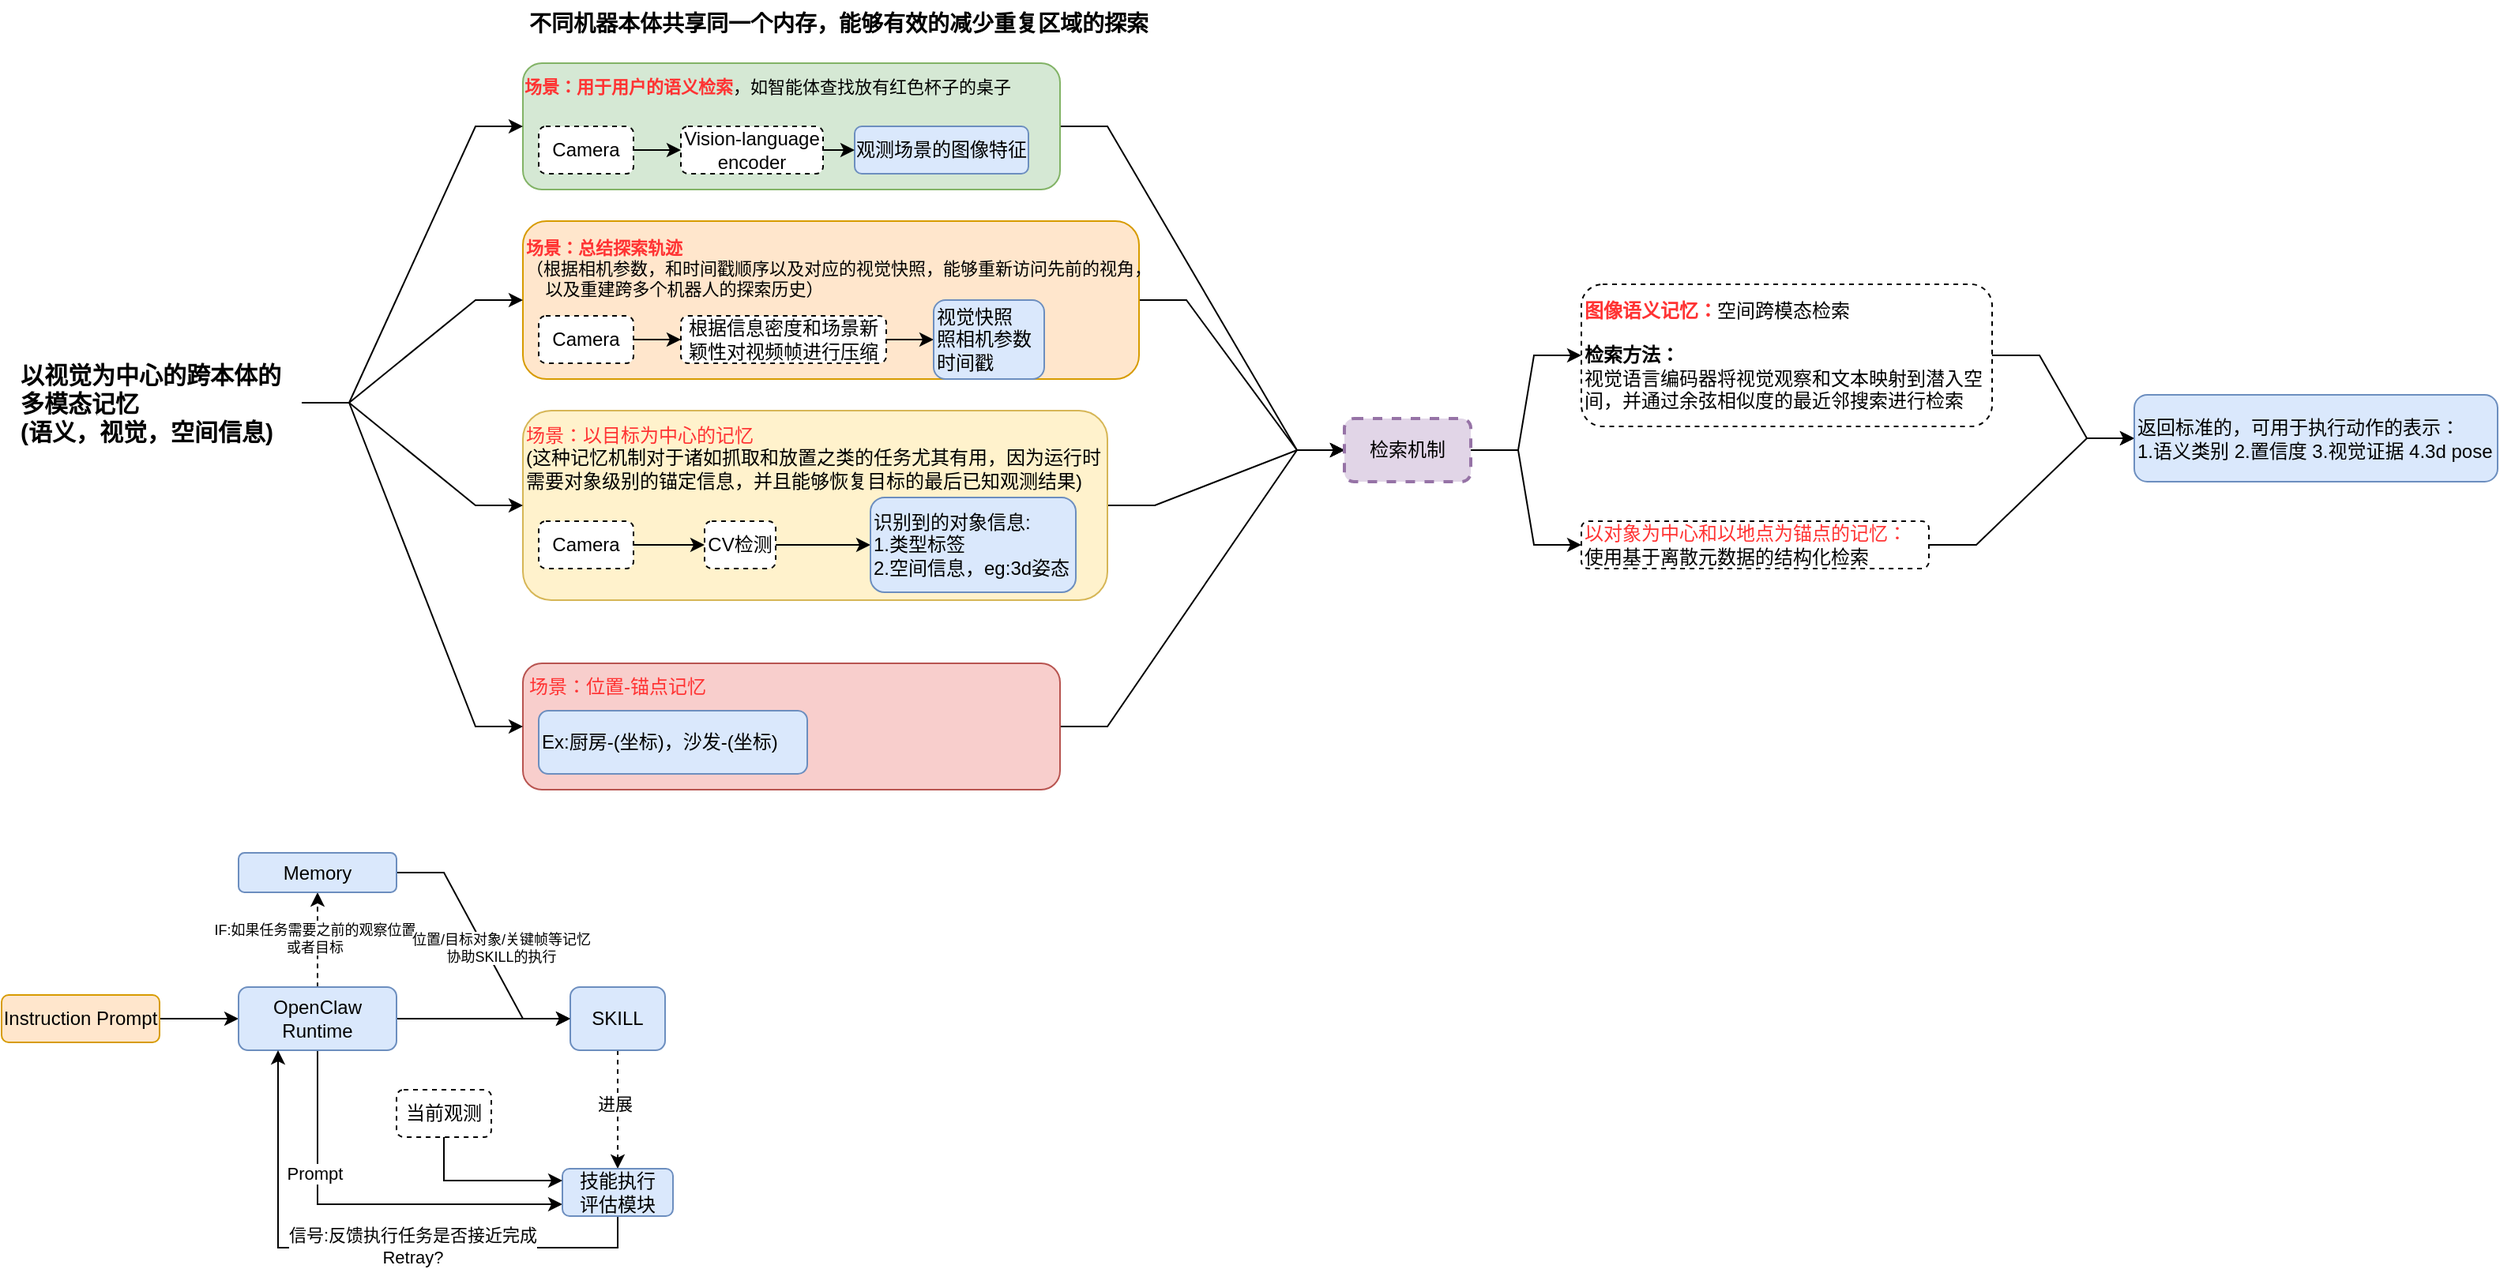
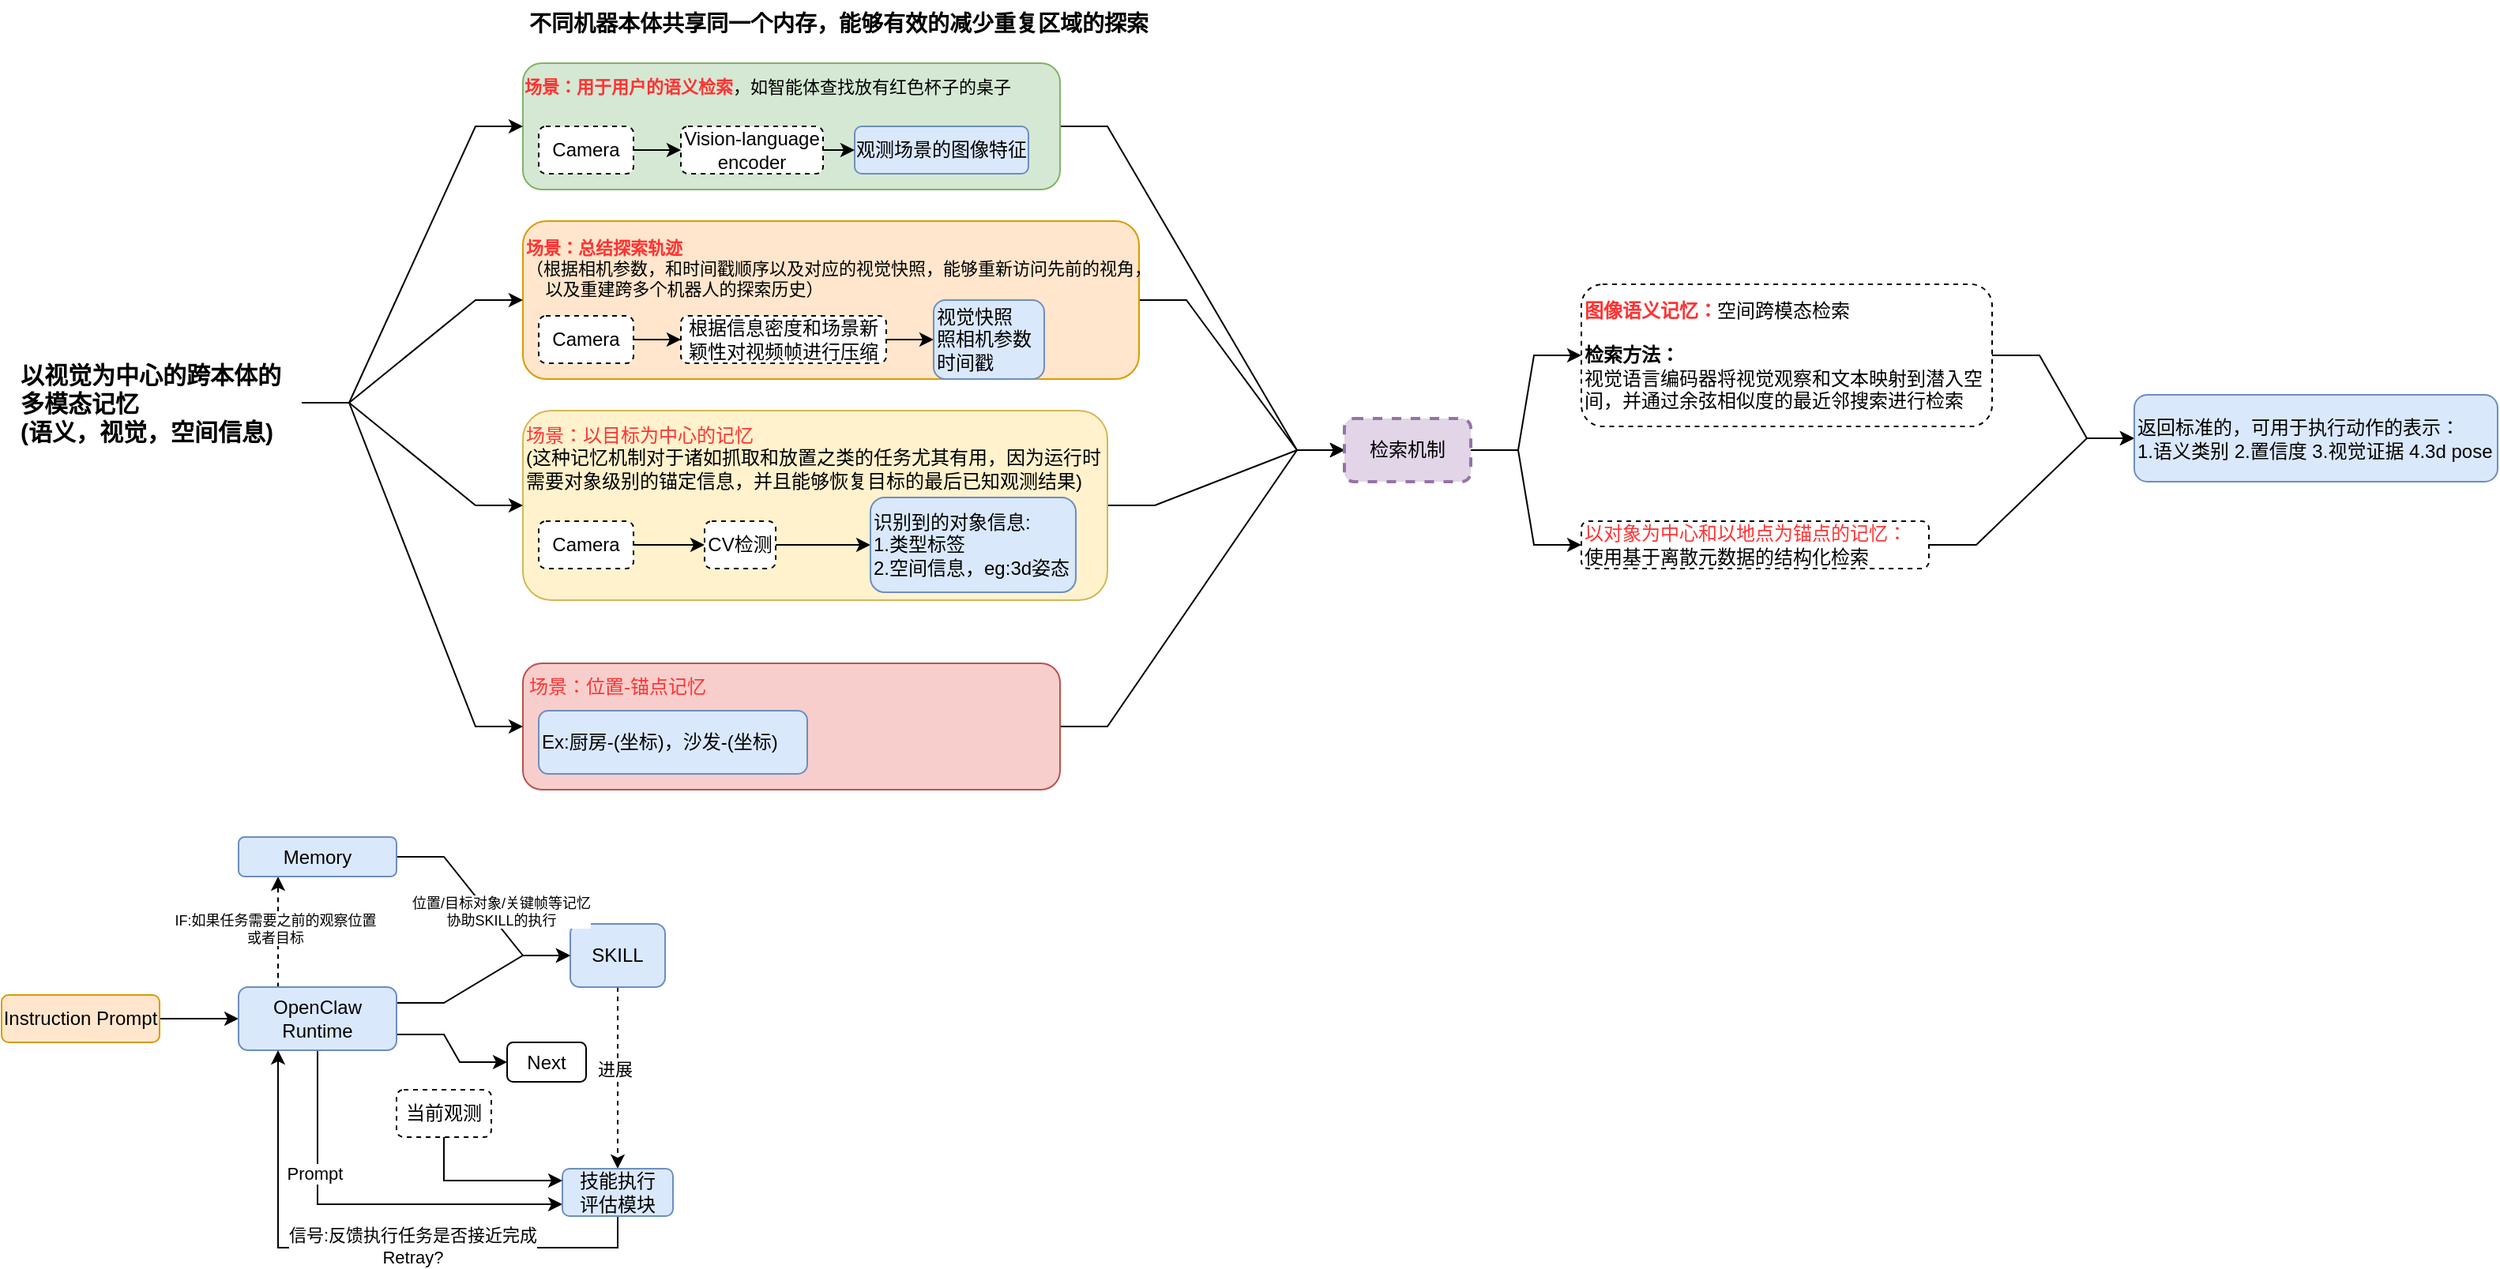
<mxfile host="app.diagrams.net">
  <diagram name="ABot-Claw" id="ri1UiOSOw__C7K71Jf-3">
    <mxGraphModel dx="566" dy="306" grid="1" gridSize="10" guides="1" tooltips="1" connect="1" arrows="1" fold="1" page="1" pageScale="1" pageWidth="3300" pageHeight="2339" math="0" shadow="0">
      <root>
        <mxCell id="0" />
        <mxCell id="1" parent="0" />
        <mxCell id="8uAygAgR7DF40HWwl34I-37" edge="1" parent="1" source="8uAygAgR7DF40HWwl34I-28" style="edgeStyle=entityRelationEdgeStyle;rounded=0;orthogonalLoop=1;jettySize=auto;html=1;exitX=1;exitY=0.5;exitDx=0;exitDy=0;" target="8uAygAgR7DF40HWwl34I-33">
          <mxGeometry relative="1" as="geometry" />
        </mxCell>
        <mxCell id="8uAygAgR7DF40HWwl34I-28" parent="1" style="rounded=1;whiteSpace=wrap;html=1;fillColor=#f8cecc;strokeColor=#b85450;" value="" vertex="1">
          <mxGeometry height="80" width="340" x="480" y="470" as="geometry" />
        </mxCell>
        <mxCell id="8uAygAgR7DF40HWwl34I-36" edge="1" parent="1" source="8uAygAgR7DF40HWwl34I-24" style="edgeStyle=entityRelationEdgeStyle;rounded=0;orthogonalLoop=1;jettySize=auto;html=1;exitX=1;exitY=0.5;exitDx=0;exitDy=0;entryX=0;entryY=0.5;entryDx=0;entryDy=0;" target="8uAygAgR7DF40HWwl34I-33">
          <mxGeometry relative="1" as="geometry">
            <mxPoint x="1020" y="320" as="targetPoint" />
          </mxGeometry>
        </mxCell>
        <mxCell id="8uAygAgR7DF40HWwl34I-24" parent="1" style="rounded=1;whiteSpace=wrap;html=1;fillColor=#fff2cc;strokeColor=#d6b656;" value="" vertex="1">
          <mxGeometry height="120" width="370" x="480" y="310" as="geometry" />
        </mxCell>
        <mxCell id="8uAygAgR7DF40HWwl34I-35" edge="1" parent="1" source="8uAygAgR7DF40HWwl34I-17" style="edgeStyle=entityRelationEdgeStyle;rounded=0;orthogonalLoop=1;jettySize=auto;html=1;exitX=1;exitY=0.5;exitDx=0;exitDy=0;entryX=0;entryY=0.5;entryDx=0;entryDy=0;" target="8uAygAgR7DF40HWwl34I-33">
          <mxGeometry relative="1" as="geometry" />
        </mxCell>
        <mxCell id="8uAygAgR7DF40HWwl34I-17" parent="1" style="rounded=1;whiteSpace=wrap;html=1;fillColor=#ffe6cc;strokeColor=#d79b00;" value="" vertex="1">
          <mxGeometry height="100" width="390" x="480" y="190" as="geometry" />
        </mxCell>
        <mxCell id="8uAygAgR7DF40HWwl34I-34" edge="1" parent="1" source="8uAygAgR7DF40HWwl34I-16" style="edgeStyle=entityRelationEdgeStyle;rounded=0;orthogonalLoop=1;jettySize=auto;html=1;exitX=1;exitY=0.5;exitDx=0;exitDy=0;entryX=0;entryY=0.5;entryDx=0;entryDy=0;" target="8uAygAgR7DF40HWwl34I-33">
          <mxGeometry relative="1" as="geometry" />
        </mxCell>
        <mxCell id="8uAygAgR7DF40HWwl34I-16" parent="1" style="rounded=1;whiteSpace=wrap;html=1;fillColor=#d5e8d4;strokeColor=#82b366;" value="" vertex="1">
          <mxGeometry height="80" width="340" x="480" y="90" as="geometry" />
        </mxCell>
        <mxCell id="8uAygAgR7DF40HWwl34I-29" edge="1" parent="1" source="8uAygAgR7DF40HWwl34I-1" style="edgeStyle=entityRelationEdgeStyle;rounded=0;orthogonalLoop=1;jettySize=auto;html=1;exitX=1;exitY=0.5;exitDx=0;exitDy=0;entryX=0;entryY=0.5;entryDx=0;entryDy=0;" target="8uAygAgR7DF40HWwl34I-16">
          <mxGeometry relative="1" as="geometry" />
        </mxCell>
        <mxCell id="8uAygAgR7DF40HWwl34I-30" edge="1" parent="1" source="8uAygAgR7DF40HWwl34I-1" style="edgeStyle=entityRelationEdgeStyle;rounded=0;orthogonalLoop=1;jettySize=auto;html=1;exitX=1;exitY=0.5;exitDx=0;exitDy=0;entryX=0;entryY=0.5;entryDx=0;entryDy=0;" target="8uAygAgR7DF40HWwl34I-28">
          <mxGeometry relative="1" as="geometry" />
        </mxCell>
        <mxCell id="8uAygAgR7DF40HWwl34I-31" edge="1" parent="1" source="8uAygAgR7DF40HWwl34I-1" style="edgeStyle=entityRelationEdgeStyle;rounded=0;orthogonalLoop=1;jettySize=auto;html=1;exitX=1;exitY=0.5;exitDx=0;exitDy=0;entryX=0;entryY=0.5;entryDx=0;entryDy=0;" target="8uAygAgR7DF40HWwl34I-17">
          <mxGeometry relative="1" as="geometry" />
        </mxCell>
        <mxCell id="8uAygAgR7DF40HWwl34I-32" edge="1" parent="1" source="8uAygAgR7DF40HWwl34I-1" style="edgeStyle=entityRelationEdgeStyle;rounded=0;orthogonalLoop=1;jettySize=auto;html=1;exitX=1;exitY=0.5;exitDx=0;exitDy=0;entryX=0;entryY=0.5;entryDx=0;entryDy=0;" target="8uAygAgR7DF40HWwl34I-24">
          <mxGeometry relative="1" as="geometry" />
        </mxCell>
        <mxCell id="8uAygAgR7DF40HWwl34I-1" parent="1" style="text;html=1;whiteSpace=wrap;strokeColor=none;fillColor=none;align=left;verticalAlign=middle;rounded=0;fontStyle=1;fontSize=15;" value="以视觉为中心的跨本体的多模态记忆&lt;br&gt;(语义，视觉，空间信息)" vertex="1">
          <mxGeometry height="30" width="180" x="160" y="290" as="geometry" />
        </mxCell>
        <mxCell id="8uAygAgR7DF40HWwl34I-2" parent="1" style="rounded=1;whiteSpace=wrap;html=1;fillColor=#dae8fc;strokeColor=#6c8ebf;" value="观测场景的图像特征" vertex="1">
          <mxGeometry height="30" width="110" x="690" y="130" as="geometry" />
        </mxCell>
        <mxCell id="8uAygAgR7DF40HWwl34I-5" edge="1" parent="1" source="8uAygAgR7DF40HWwl34I-3" style="edgeStyle=orthogonalEdgeStyle;rounded=0;orthogonalLoop=1;jettySize=auto;html=1;exitX=1;exitY=0.5;exitDx=0;exitDy=0;entryX=0;entryY=0.5;entryDx=0;entryDy=0;" target="8uAygAgR7DF40HWwl34I-2">
          <mxGeometry relative="1" as="geometry" />
        </mxCell>
        <mxCell id="8uAygAgR7DF40HWwl34I-3" parent="1" style="rounded=1;whiteSpace=wrap;html=1;dashed=1;" value="Vision-language encoder" vertex="1">
          <mxGeometry height="30" width="90" x="580" y="130" as="geometry" />
        </mxCell>
        <mxCell id="8uAygAgR7DF40HWwl34I-6" edge="1" parent="1" source="8uAygAgR7DF40HWwl34I-4" style="edgeStyle=orthogonalEdgeStyle;rounded=0;orthogonalLoop=1;jettySize=auto;html=1;exitX=1;exitY=0.5;exitDx=0;exitDy=0;entryX=0;entryY=0.5;entryDx=0;entryDy=0;" target="8uAygAgR7DF40HWwl34I-3">
          <mxGeometry relative="1" as="geometry" />
        </mxCell>
        <mxCell id="8uAygAgR7DF40HWwl34I-4" parent="1" style="rounded=1;whiteSpace=wrap;html=1;dashed=1;" value="Camera" vertex="1">
          <mxGeometry height="30" width="60" x="490" y="130" as="geometry" />
        </mxCell>
        <mxCell id="8uAygAgR7DF40HWwl34I-7" parent="1" style="text;html=1;whiteSpace=wrap;strokeColor=none;fillColor=none;align=center;verticalAlign=middle;rounded=0;fontSize=11;" value="&lt;b&gt;&lt;font style=&quot;color: rgb(255, 51, 51);&quot;&gt;场景：用于用户的语义检索&lt;/font&gt;&lt;/b&gt;，如智能体查找放有红色杯子的桌子" vertex="1">
          <mxGeometry height="30" width="310" x="480" y="90" as="geometry" />
        </mxCell>
        <mxCell id="8uAygAgR7DF40HWwl34I-10" edge="1" parent="1" source="8uAygAgR7DF40HWwl34I-8" style="edgeStyle=orthogonalEdgeStyle;rounded=0;orthogonalLoop=1;jettySize=auto;html=1;" target="8uAygAgR7DF40HWwl34I-9" value="">
          <mxGeometry relative="1" as="geometry" />
        </mxCell>
        <mxCell id="8uAygAgR7DF40HWwl34I-8" parent="1" style="rounded=1;whiteSpace=wrap;html=1;dashed=1;" value="Camera" vertex="1">
          <mxGeometry height="30" width="60" x="490" y="250" as="geometry" />
        </mxCell>
        <mxCell id="8uAygAgR7DF40HWwl34I-14" edge="1" parent="1" source="8uAygAgR7DF40HWwl34I-9" style="edgeStyle=orthogonalEdgeStyle;rounded=0;orthogonalLoop=1;jettySize=auto;html=1;exitX=1;exitY=0.5;exitDx=0;exitDy=0;entryX=0;entryY=0.5;entryDx=0;entryDy=0;" target="8uAygAgR7DF40HWwl34I-13">
          <mxGeometry relative="1" as="geometry" />
        </mxCell>
        <mxCell id="8uAygAgR7DF40HWwl34I-9" parent="1" style="rounded=1;whiteSpace=wrap;html=1;dashed=1;" value="根据信息密度和场景新颖性对视频帧进行压缩" vertex="1">
          <mxGeometry height="30" width="130" x="580" y="250" as="geometry" />
        </mxCell>
        <mxCell id="8uAygAgR7DF40HWwl34I-11" parent="1" style="text;html=1;whiteSpace=wrap;strokeColor=none;fillColor=none;align=left;verticalAlign=middle;rounded=0;fontSize=11;" value="&lt;b&gt;&lt;font style=&quot;color: rgb(255, 51, 51);&quot;&gt;场景：总结探索轨迹&lt;/font&gt;&lt;/b&gt;&lt;br&gt;（根据相机参数，和时间戳顺序以及对应的视觉快照，能够重新访问先前的视角，&lt;br&gt;&amp;nbsp; &amp;nbsp; 以及重建跨多个机器人的探索历史）" vertex="1">
          <mxGeometry height="40" width="420" x="480" y="200" as="geometry" />
        </mxCell>
        <mxCell id="8uAygAgR7DF40HWwl34I-13" parent="1" style="rounded=1;whiteSpace=wrap;html=1;fillColor=#dae8fc;strokeColor=#6c8ebf;align=left;" value="视觉快照&lt;br&gt;&lt;span style=&quot;&quot;&gt;照相机参数&lt;/span&gt;&lt;div style=&quot;&quot;&gt;时间戳&lt;/div&gt;" vertex="1">
          <mxGeometry height="50" width="70" x="740" y="240" as="geometry" />
        </mxCell>
        <mxCell id="8uAygAgR7DF40HWwl34I-25" edge="1" parent="1" source="8uAygAgR7DF40HWwl34I-19" style="edgeStyle=orthogonalEdgeStyle;rounded=0;orthogonalLoop=1;jettySize=auto;html=1;exitX=1;exitY=0.5;exitDx=0;exitDy=0;entryX=0;entryY=0.5;entryDx=0;entryDy=0;" target="8uAygAgR7DF40HWwl34I-20">
          <mxGeometry relative="1" as="geometry" />
        </mxCell>
        <mxCell id="8uAygAgR7DF40HWwl34I-19" parent="1" style="rounded=1;whiteSpace=wrap;html=1;dashed=1;" value="Camera" vertex="1">
          <mxGeometry height="30" width="60" x="490" y="380" as="geometry" />
        </mxCell>
        <mxCell id="8uAygAgR7DF40HWwl34I-22" edge="1" parent="1" source="8uAygAgR7DF40HWwl34I-20" style="edgeStyle=orthogonalEdgeStyle;rounded=0;orthogonalLoop=1;jettySize=auto;html=1;" target="8uAygAgR7DF40HWwl34I-21" value="">
          <mxGeometry relative="1" as="geometry" />
        </mxCell>
        <mxCell id="8uAygAgR7DF40HWwl34I-20" parent="1" style="rounded=1;whiteSpace=wrap;html=1;dashed=1;" value="CV检测" vertex="1">
          <mxGeometry height="30" width="45" x="595" y="380" as="geometry" />
        </mxCell>
        <mxCell id="8uAygAgR7DF40HWwl34I-21" parent="1" style="rounded=1;whiteSpace=wrap;html=1;align=left;fillColor=#dae8fc;strokeColor=#6c8ebf;" value="识别到的对象信息:&lt;div&gt;1.类型标签&lt;br&gt;2.空间信息，eg:3d姿态&lt;/div&gt;" vertex="1">
          <mxGeometry height="60" width="130" x="700" y="365" as="geometry" />
        </mxCell>
        <mxCell id="8uAygAgR7DF40HWwl34I-23" parent="1" style="text;html=1;whiteSpace=wrap;strokeColor=none;fillColor=none;align=left;verticalAlign=middle;rounded=0;" value="&lt;font style=&quot;color: rgb(255, 51, 51);&quot;&gt;场景：以目标为中心的记忆&lt;/font&gt;&lt;br&gt;(这种记忆机制对于诸如抓取和放置之类的任务尤其有用，因为运行时需要对象级别的锚定信息，并且能够恢复目标的最后已知观测结果)" vertex="1">
          <mxGeometry height="50" width="370" x="480" y="315" as="geometry" />
        </mxCell>
        <mxCell id="8uAygAgR7DF40HWwl34I-26" parent="1" style="rounded=1;whiteSpace=wrap;html=1;align=left;fillColor=#dae8fc;strokeColor=#6c8ebf;" value="Ex:厨房-(坐标)，沙发-(坐标)" vertex="1">
          <mxGeometry height="40" width="170" x="490" y="500" as="geometry" />
        </mxCell>
        <mxCell id="8uAygAgR7DF40HWwl34I-27" parent="1" style="text;html=1;whiteSpace=wrap;strokeColor=none;fillColor=none;align=center;verticalAlign=middle;rounded=0;fontColor=#FF3333;" value="场景：&lt;span style=&quot;text-align: left;&quot;&gt;位置-锚点记忆&lt;/span&gt;" vertex="1">
          <mxGeometry height="30" width="120" x="480" y="470" as="geometry" />
        </mxCell>
        <mxCell id="8uAygAgR7DF40HWwl34I-42" edge="1" parent="1" source="8uAygAgR7DF40HWwl34I-33" style="edgeStyle=entityRelationEdgeStyle;rounded=0;orthogonalLoop=1;jettySize=auto;html=1;exitX=1;exitY=0.5;exitDx=0;exitDy=0;" target="8uAygAgR7DF40HWwl34I-40">
          <mxGeometry relative="1" as="geometry" />
        </mxCell>
        <mxCell id="8uAygAgR7DF40HWwl34I-43" edge="1" parent="1" source="8uAygAgR7DF40HWwl34I-33" style="edgeStyle=entityRelationEdgeStyle;rounded=0;orthogonalLoop=1;jettySize=auto;html=1;exitX=1;exitY=0.5;exitDx=0;exitDy=0;entryX=0;entryY=0.5;entryDx=0;entryDy=0;" target="8uAygAgR7DF40HWwl34I-41">
          <mxGeometry relative="1" as="geometry" />
        </mxCell>
        <mxCell id="8uAygAgR7DF40HWwl34I-33" parent="1" style="rounded=1;whiteSpace=wrap;html=1;fillColor=#e1d5e7;strokeColor=#9673a6;dashed=1;strokeWidth=2;" value="检索机制" vertex="1">
          <mxGeometry height="40" width="80" x="1000" y="315" as="geometry" />
        </mxCell>
        <mxCell id="8uAygAgR7DF40HWwl34I-45" edge="1" parent="1" source="8uAygAgR7DF40HWwl34I-40" style="edgeStyle=entityRelationEdgeStyle;rounded=0;orthogonalLoop=1;jettySize=auto;html=1;exitX=1;exitY=0.5;exitDx=0;exitDy=0;entryX=0;entryY=0.5;entryDx=0;entryDy=0;" target="8uAygAgR7DF40HWwl34I-44">
          <mxGeometry relative="1" as="geometry" />
        </mxCell>
        <mxCell id="8uAygAgR7DF40HWwl34I-40" parent="1" style="text;html=1;whiteSpace=wrap;strokeColor=default;fillColor=none;align=left;verticalAlign=middle;rounded=1;dashed=1;" value="&lt;b&gt;&lt;font style=&quot;color: rgb(255, 51, 51);&quot;&gt;图像语义记忆：&lt;/font&gt;&lt;/b&gt;空间跨模态检索&lt;br&gt;&lt;br&gt;&lt;b&gt;&lt;font style=&quot;color: rgb(0, 0, 0);&quot;&gt;检索方法：&lt;/font&gt;&lt;/b&gt;&lt;br&gt;视觉语言编码器将视觉观察和文本映射到潜入空间，并通过余弦相似度的最近邻搜索进行检索" vertex="1">
          <mxGeometry height="90" width="260" x="1150" y="230" as="geometry" />
        </mxCell>
        <mxCell id="8uAygAgR7DF40HWwl34I-46" edge="1" parent="1" source="8uAygAgR7DF40HWwl34I-41" style="edgeStyle=entityRelationEdgeStyle;rounded=0;orthogonalLoop=1;jettySize=auto;html=1;exitX=1;exitY=0.5;exitDx=0;exitDy=0;entryX=0;entryY=0.5;entryDx=0;entryDy=0;" target="8uAygAgR7DF40HWwl34I-44">
          <mxGeometry relative="1" as="geometry" />
        </mxCell>
        <mxCell id="8uAygAgR7DF40HWwl34I-41" parent="1" style="text;html=1;whiteSpace=wrap;strokeColor=default;fillColor=none;align=left;verticalAlign=middle;rounded=1;dashed=1;" value="&lt;font style=&quot;color: rgb(255, 51, 51);&quot;&gt;以对象为中心和以地点为锚点的记忆：&lt;/font&gt;&lt;br&gt;使用基于离散元数据的结构化检索" vertex="1">
          <mxGeometry height="30" width="220" x="1150" y="380" as="geometry" />
        </mxCell>
        <mxCell id="8uAygAgR7DF40HWwl34I-44" parent="1" style="rounded=1;whiteSpace=wrap;html=1;align=left;fillColor=#dae8fc;strokeColor=#6c8ebf;" value="返回标准的，可用于执行动作的表示：&lt;br&gt;1.语义类别 2.置信度 3.视觉证据 4.3d pose" vertex="1">
          <mxGeometry height="55" width="230" x="1500" y="300" as="geometry" />
        </mxCell>
        <mxCell id="8uAygAgR7DF40HWwl34I-47" parent="1" style="text;html=1;whiteSpace=wrap;strokeColor=none;fillColor=none;align=center;verticalAlign=middle;rounded=0;fontStyle=1;fontSize=14;" value="不同机器本体共享同一个内存，能够有效的减少重复区域的探索" vertex="1">
          <mxGeometry height="30" width="400" x="480" y="50" as="geometry" />
        </mxCell>
        <mxCell id="8uAygAgR7DF40HWwl34I-50" edge="1" parent="1" source="8uAygAgR7DF40HWwl34I-48" style="edgeStyle=entityRelationEdgeStyle;rounded=0;orthogonalLoop=1;jettySize=auto;html=1;" target="8uAygAgR7DF40HWwl34I-49" value="">
          <mxGeometry relative="1" as="geometry" />
        </mxCell>
        <mxCell id="8uAygAgR7DF40HWwl34I-48" parent="1" style="rounded=1;whiteSpace=wrap;html=1;fillColor=#ffe6cc;strokeColor=#d79b00;" value="Instruction Prompt" vertex="1">
          <mxGeometry height="30" width="100" x="150" y="680" as="geometry" />
        </mxCell>
-         <mxCell id="8uAygAgR7DF40HWwl34I-52" edge="1" parent="1" source="8uAygAgR7DF40HWwl34I-49" style="edgeStyle=entityRelationEdgeStyle;rounded=0;orthogonalLoop=1;jettySize=auto;html=1;" target="8uAygAgR7DF40HWwl34I-51" value="">
-           <mxGeometry relative="1" as="geometry" />
-         </mxCell>
-         <mxCell id="8uAygAgR7DF40HWwl34I-62" edge="1" parent="1" source="8uAygAgR7DF40HWwl34I-49" style="rounded=0;orthogonalLoop=1;jettySize=auto;html=1;exitX=0.5;exitY=0;exitDx=0;exitDy=0;entryX=0.5;entryY=1;entryDx=0;entryDy=0;dashed=1;edgeStyle=orthogonalEdgeStyle;curved=1;" target="8uAygAgR7DF40HWwl34I-53">
+         <mxCell id="8uAygAgR7DF40HWwl34I-52" edge="1" parent="1" source="8uAygAgR7DF40HWwl34I-49" style="edgeStyle=entityRelationEdgeStyle;rounded=0;orthogonalLoop=1;jettySize=auto;html=1;exitX=1;exitY=0.25;exitDx=0;exitDy=0;" target="8uAygAgR7DF40HWwl34I-51" value="">
+           <mxGeometry relative="1" as="geometry" />
+         </mxCell>
+         <mxCell id="8uAygAgR7DF40HWwl34I-62" edge="1" parent="1" source="8uAygAgR7DF40HWwl34I-49" style="rounded=0;orthogonalLoop=1;jettySize=auto;html=1;exitX=0.25;exitY=0;exitDx=0;exitDy=0;entryX=0.25;entryY=1;entryDx=0;entryDy=0;dashed=1;edgeStyle=orthogonalEdgeStyle;curved=1;" target="8uAygAgR7DF40HWwl34I-53">
          <mxGeometry relative="1" as="geometry">
            <mxPoint x="355" y="640" as="targetPoint" />
          </mxGeometry>
        </mxCell>
        <mxCell id="8uAygAgR7DF40HWwl34I-63" connectable="0" parent="8uAygAgR7DF40HWwl34I-62" style="edgeLabel;html=1;align=center;verticalAlign=middle;resizable=0;points=[];fontSize=9;" value="IF:如果任务需要之前的观察位置&lt;br&gt;或者目标" vertex="1">
          <mxGeometry relative="1" x="0.053" y="2" as="geometry">
            <mxPoint as="offset" />
          </mxGeometry>
        </mxCell>
        <mxCell id="8uAygAgR7DF40HWwl34I-67" edge="1" parent="1" source="8uAygAgR7DF40HWwl34I-49" style="edgeStyle=orthogonalEdgeStyle;rounded=0;orthogonalLoop=1;jettySize=auto;html=1;exitX=0.5;exitY=1;exitDx=0;exitDy=0;entryX=0;entryY=0.75;entryDx=0;entryDy=0;" target="8uAygAgR7DF40HWwl34I-66">
          <mxGeometry relative="1" as="geometry">
            <mxPoint x="360" y="760" as="targetPoint" />
          </mxGeometry>
        </mxCell>
        <mxCell id="8uAygAgR7DF40HWwl34I-68" connectable="0" parent="8uAygAgR7DF40HWwl34I-67" style="edgeLabel;html=1;align=center;verticalAlign=middle;resizable=0;points=[];" value="Prompt" vertex="1">
          <mxGeometry relative="1" x="-0.3811" y="-2" as="geometry">
            <mxPoint as="offset" />
          </mxGeometry>
        </mxCell>
+         <mxCell id="8uAygAgR7DF40HWwl34I-77" edge="1" parent="1" source="8uAygAgR7DF40HWwl34I-49" style="rounded=0;orthogonalLoop=1;jettySize=auto;html=1;exitX=1;exitY=0.75;exitDx=0;exitDy=0;entryX=0;entryY=0.5;entryDx=0;entryDy=0;edgeStyle=entityRelationEdgeStyle;" target="8uAygAgR7DF40HWwl34I-76">
+           <mxGeometry relative="1" as="geometry" />
+         </mxCell>
        <mxCell id="8uAygAgR7DF40HWwl34I-49" parent="1" style="rounded=1;whiteSpace=wrap;html=1;fillColor=#dae8fc;strokeColor=#6c8ebf;" value="OpenClaw&lt;br&gt;Runtime" vertex="1">
          <mxGeometry height="40" width="100" x="300" y="675" as="geometry" />
        </mxCell>
        <mxCell id="8uAygAgR7DF40HWwl34I-69" edge="1" parent="1" source="8uAygAgR7DF40HWwl34I-51" style="rounded=0;orthogonalLoop=1;jettySize=auto;html=1;exitX=0.5;exitY=1;exitDx=0;exitDy=0;entryX=0.5;entryY=0;entryDx=0;entryDy=0;startArrow=none;startFill=0;dashed=1;" target="8uAygAgR7DF40HWwl34I-66">
          <mxGeometry relative="1" as="geometry" />
        </mxCell>
        <mxCell id="8uAygAgR7DF40HWwl34I-70" connectable="0" parent="8uAygAgR7DF40HWwl34I-69" style="edgeLabel;html=1;align=center;verticalAlign=middle;resizable=0;points=[];" value="进展" vertex="1">
          <mxGeometry relative="1" x="-0.1056" y="-2" as="geometry">
            <mxPoint as="offset" />
          </mxGeometry>
        </mxCell>
        <mxCell id="8uAygAgR7DF40HWwl34I-51" parent="1" style="rounded=1;whiteSpace=wrap;html=1;fillColor=#dae8fc;strokeColor=#6c8ebf;" value="SKILL" vertex="1">
-           <mxGeometry height="40" width="60" x="510" y="675" as="geometry" />
+           <mxGeometry height="40" width="60" x="510" y="635" as="geometry" />
        </mxCell>
        <mxCell id="8uAygAgR7DF40HWwl34I-64" edge="1" parent="1" source="8uAygAgR7DF40HWwl34I-53" style="edgeStyle=entityRelationEdgeStyle;rounded=0;orthogonalLoop=1;jettySize=auto;html=1;exitX=1;exitY=0.5;exitDx=0;exitDy=0;entryX=0;entryY=0.5;entryDx=0;entryDy=0;" target="8uAygAgR7DF40HWwl34I-51">
          <mxGeometry relative="1" as="geometry" />
        </mxCell>
        <mxCell id="8uAygAgR7DF40HWwl34I-65" connectable="0" parent="8uAygAgR7DF40HWwl34I-64" style="edgeLabel;html=1;align=center;verticalAlign=middle;resizable=0;points=[];fontSize=9;" value="位置/目标对象/关键帧等记忆&lt;br&gt;协助SKILL的执行" vertex="1">
          <mxGeometry relative="1" x="-0.1048" as="geometry">
            <mxPoint x="15" y="9" as="offset" />
          </mxGeometry>
        </mxCell>
        <mxCell id="8uAygAgR7DF40HWwl34I-53" parent="1" style="rounded=1;whiteSpace=wrap;html=1;fillColor=#dae8fc;strokeColor=#6c8ebf;" value="Memory" vertex="1">
-           <mxGeometry height="25" width="100" x="300" y="590" as="geometry" />
+           <mxGeometry height="25" width="100" x="300" y="580" as="geometry" />
        </mxCell>
        <mxCell id="8uAygAgR7DF40HWwl34I-74" edge="1" parent="1" source="8uAygAgR7DF40HWwl34I-66" style="edgeStyle=orthogonalEdgeStyle;rounded=0;orthogonalLoop=1;jettySize=auto;html=1;exitX=0.5;exitY=1;exitDx=0;exitDy=0;entryX=0.25;entryY=1;entryDx=0;entryDy=0;" target="8uAygAgR7DF40HWwl34I-49">
          <mxGeometry relative="1" as="geometry" />
        </mxCell>
        <mxCell id="8uAygAgR7DF40HWwl34I-75" connectable="0" parent="8uAygAgR7DF40HWwl34I-74" style="edgeLabel;html=1;align=center;verticalAlign=middle;resizable=0;points=[];" value="信号:反馈执行任务是否接近完成&lt;br&gt;Retray?" vertex="1">
          <mxGeometry relative="1" x="-0.1644" y="-1" as="geometry">
            <mxPoint as="offset" />
          </mxGeometry>
        </mxCell>
        <mxCell id="8uAygAgR7DF40HWwl34I-66" parent="1" style="rounded=1;whiteSpace=wrap;html=1;fillColor=#dae8fc;strokeColor=#6c8ebf;" value="技能执行&lt;br&gt;评估模块" vertex="1">
          <mxGeometry height="30" width="70" x="505" y="790" as="geometry" />
        </mxCell>
        <mxCell id="8uAygAgR7DF40HWwl34I-73" edge="1" parent="1" source="8uAygAgR7DF40HWwl34I-71" style="edgeStyle=orthogonalEdgeStyle;rounded=0;orthogonalLoop=1;jettySize=auto;html=1;exitX=0.5;exitY=1;exitDx=0;exitDy=0;entryX=0;entryY=0.25;entryDx=0;entryDy=0;" target="8uAygAgR7DF40HWwl34I-66">
          <mxGeometry relative="1" as="geometry" />
        </mxCell>
        <mxCell id="8uAygAgR7DF40HWwl34I-71" parent="1" style="rounded=1;whiteSpace=wrap;html=1;dashed=1;" value="当前观测" vertex="1">
          <mxGeometry height="30" width="60" x="400" y="740" as="geometry" />
+         </mxCell>
+         <mxCell id="8uAygAgR7DF40HWwl34I-76" parent="1" style="rounded=1;whiteSpace=wrap;html=1;" value="Next" vertex="1">
+           <mxGeometry height="25" width="50" x="470" y="710" as="geometry" />
        </mxCell>
      </root>
    </mxGraphModel>
  </diagram>
</mxfile>
